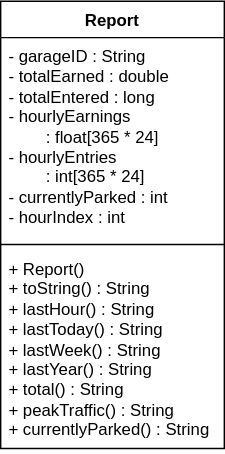
Above: design/Diagrams/Report.svg in CSUEB-CS401-02-SP25-Group-Project-1/parking-garage-system (draw.io), before the change. Source tidied: cells renumbered, new cells last; positions are measured from the earlier drawing's top-left corner, leaving out a move shared by most shapes. Its diagram source:
```xml
<mxGraphModel>
  <root>
    <mxCell id="0" />
    <mxCell id="1" parent="0" />
    <mxCell id="2" value="Report" style="swimlane;fontStyle=1;align=center;verticalAlign=top;horizontal=1;startSize=26;whiteSpace=wrap;html=1;" parent="1" vertex="1">
      <mxGeometry width="160" height="320" as="geometry" />
    </mxCell>
    <mxCell id="3" value="&lt;div&gt;- garageID : String&lt;/div&gt;&lt;div&gt;- totalEarned : double&lt;/div&gt;&lt;div&gt;- totalEntered : long&lt;/div&gt;&lt;div&gt;- hourlyEarnings&lt;/div&gt;&lt;div&gt;&lt;span style=&quot;white-space: pre;&quot;&gt;&#9;&lt;/span&gt;: float[365 * 24]&lt;/div&gt;&lt;div&gt;- hourlyEntries&lt;/div&gt;&lt;div&gt;&lt;span style=&quot;white-space: pre;&quot;&gt;&#9;&lt;/span&gt;: int[365 * 24]&lt;/div&gt;&lt;div&gt;- currentlyParked : int&lt;/div&gt;&lt;div&gt;- hourIndex : int&lt;/div&gt;" style="text;strokeColor=none;fillColor=none;align=left;verticalAlign=top;spacingLeft=4;spacingRight=4;overflow=hidden;whiteSpace=wrap;html=1;" parent="2" vertex="1">
      <mxGeometry y="26" width="160" height="144" as="geometry" />
    </mxCell>
    <mxCell id="4" style="line;strokeWidth=1;fillColor=none;align=left;verticalAlign=middle;spacingTop=-1;spacingLeft=3;spacingRight=3;labelPosition=right;strokeColor=inherit;" parent="2" vertex="1">
      <mxGeometry y="170" width="160" height="8" as="geometry" />
    </mxCell>
    <mxCell id="5" value="&lt;div&gt;+ Report()&lt;/div&gt;&lt;div&gt;+ toString() : String&lt;/div&gt;&lt;div&gt;+ lastHour() : String&lt;/div&gt;&lt;div&gt;+ lastToday() : String&lt;/div&gt;&lt;div&gt;+ lastWeek() : String&lt;/div&gt;&lt;div&gt;+ lastYear() : String&lt;/div&gt;&lt;div&gt;+ total() : String&lt;/div&gt;&lt;div&gt;+ peakTraffic() : String&lt;/div&gt;&lt;div&gt;+ currentlyParked() : String&lt;/div&gt;" style="text;strokeColor=none;fillColor=none;align=left;verticalAlign=top;spacingLeft=4;spacingRight=4;overflow=hidden;whiteSpace=wrap;html=1;" parent="2" vertex="1">
      <mxGeometry y="178" width="160" height="142" as="geometry" />
    </mxCell>
  </root>
</mxGraphModel>
```
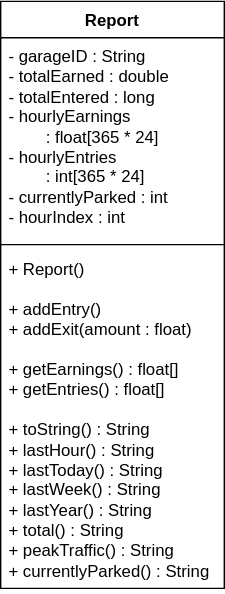
Later version of the same file.

Commit message:
Edited Report to have getters

Change to the diagram source:
```diff
@@ -3,7 +3,7 @@
     <mxCell id="0" />
     <mxCell id="1" parent="0" />
     <mxCell id="2" value="Report" style="swimlane;fontStyle=1;align=center;verticalAlign=top;horizontal=1;startSize=26;whiteSpace=wrap;html=1;" parent="1" vertex="1">
-      <mxGeometry width="160" height="320" as="geometry" />
+      <mxGeometry width="160" height="420" as="geometry" />
     </mxCell>
     <mxCell id="3" value="&lt;div&gt;- garageID : String&lt;/div&gt;&lt;div&gt;- totalEarned : double&lt;/div&gt;&lt;div&gt;- totalEntered : long&lt;/div&gt;&lt;div&gt;- hourlyEarnings&lt;/div&gt;&lt;div&gt;&lt;span style=&quot;white-space: pre;&quot;&gt;&#9;&lt;/span&gt;: float[365 * 24]&lt;/div&gt;&lt;div&gt;- hourlyEntries&lt;/div&gt;&lt;div&gt;&lt;span style=&quot;white-space: pre;&quot;&gt;&#9;&lt;/span&gt;: int[365 * 24]&lt;/div&gt;&lt;div&gt;- currentlyParked : int&lt;/div&gt;&lt;div&gt;- hourIndex : int&lt;/div&gt;" style="text;strokeColor=none;fillColor=none;align=left;verticalAlign=top;spacingLeft=4;spacingRight=4;overflow=hidden;whiteSpace=wrap;html=1;" parent="2" vertex="1">
       <mxGeometry y="26" width="160" height="144" as="geometry" />
@@ -11,8 +11,8 @@
     <mxCell id="4" style="line;strokeWidth=1;fillColor=none;align=left;verticalAlign=middle;spacingTop=-1;spacingLeft=3;spacingRight=3;labelPosition=right;strokeColor=inherit;" parent="2" vertex="1">
       <mxGeometry y="170" width="160" height="8" as="geometry" />
     </mxCell>
-    <mxCell id="5" value="&lt;div&gt;+ Report()&lt;/div&gt;&lt;div&gt;+ toString() : String&lt;/div&gt;&lt;div&gt;+ lastHour() : String&lt;/div&gt;&lt;div&gt;+ lastToday() : String&lt;/div&gt;&lt;div&gt;+ lastWeek() : String&lt;/div&gt;&lt;div&gt;+ lastYear() : String&lt;/div&gt;&lt;div&gt;+ total() : String&lt;/div&gt;&lt;div&gt;+ peakTraffic() : String&lt;/div&gt;&lt;div&gt;+ currentlyParked() : String&lt;/div&gt;" style="text;strokeColor=none;fillColor=none;align=left;verticalAlign=top;spacingLeft=4;spacingRight=4;overflow=hidden;whiteSpace=wrap;html=1;" parent="2" vertex="1">
-      <mxGeometry y="178" width="160" height="142" as="geometry" />
-    </mxCell>
+    <mxCell id="6" value="&lt;div&gt;+ Report()&lt;/div&gt;&lt;div&gt;&lt;br&gt;&lt;/div&gt;&lt;div&gt;+ addEntry()&lt;/div&gt;&lt;div&gt;+ addExit(amount : float)&lt;/div&gt;&lt;div&gt;&lt;br&gt;&lt;/div&gt;&lt;div&gt;+ getEarnings() : float[]&lt;/div&gt;&lt;div&gt;+ getEntries() : float[]&lt;/div&gt;&lt;div&gt;&lt;br&gt;&lt;/div&gt;&lt;div&gt;+ toString() : String&lt;/div&gt;&lt;div&gt;+ lastHour() : String&lt;/div&gt;&lt;div&gt;+ lastToday() : String&lt;/div&gt;&lt;div&gt;+ lastWeek() : String&lt;/div&gt;&lt;div&gt;+ lastYear() : String&lt;/div&gt;&lt;div&gt;+ total() : String&lt;/div&gt;&lt;div&gt;+ peakTraffic() : String&lt;/div&gt;&lt;div&gt;+ currentlyParked() : String&lt;/div&gt;" style="text;strokeColor=none;fillColor=none;align=left;verticalAlign=top;spacingLeft=4;spacingRight=4;overflow=hidden;whiteSpace=wrap;html=1;" parent="2" vertex="1">
+      <mxGeometry y="178" width="160" height="242" as="geometry" />
+    </mxCell>
   </root>
 </mxGraphModel>
```
